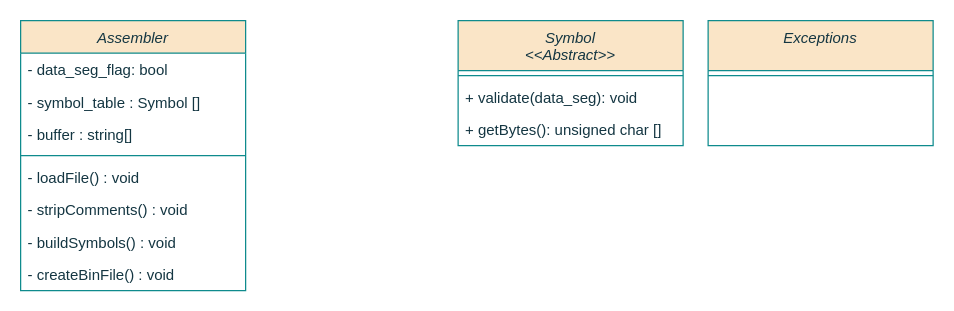
Above: design/drawio/P2/ClassUML.drawio in podefero/VirtualAssembler (draw.io), before the change. Source tidied: cells renumbered, new cells numbered last; positions are measured from the earlier drawing's top-left corner, leaving out a move shared by most shapes. Both pictures are drawn from the tidied source at 125%, with x=0, y=0 at pixel (20, 20).
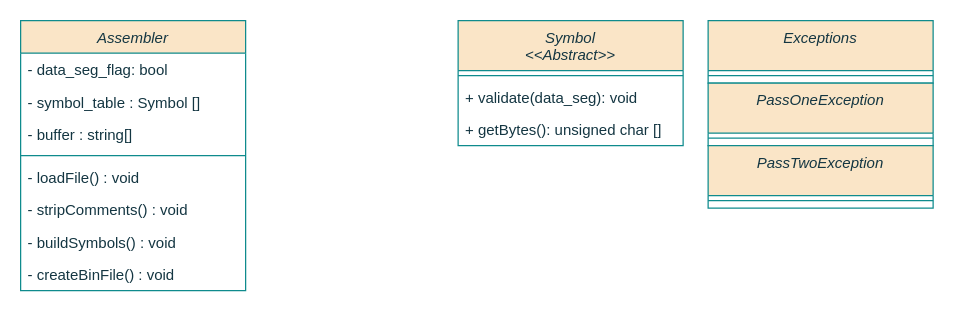
After the change.

What changed in the source:
```diff
@@
     <mxCell id="15" value="Exceptions" style="swimlane;fontStyle=2;align=center;verticalAlign=top;horizontal=1;startSize=40;rounded=0;shadow=0;strokeWidth=1;labelBackgroundColor=none;fillColor=#FAE5C7;strokeColor=#0F8B8D;fontColor=#143642;" parent="1" vertex="1">
-      <mxGeometry x="550" width="180" height="100" as="geometry" />
+      <mxGeometry x="550" width="180" height="50" as="geometry" />
     </mxCell>
@@
+    <mxCell id="17" value="PassOneException" style="swimlane;fontStyle=2;align=center;verticalAlign=top;horizontal=1;startSize=40;rounded=0;shadow=0;strokeWidth=1;labelBackgroundColor=none;fillColor=#FAE5C7;strokeColor=#0F8B8D;fontColor=#143642;" parent="1" vertex="1">
+      <mxGeometry x="550" y="50" width="180" height="50" as="geometry" />
+    </mxCell>
+    <mxCell id="18" style="line;html=1;strokeWidth=1;align=left;verticalAlign=middle;spacingTop=-1;spacingLeft=3;spacingRight=3;labelPosition=right;labelBackgroundColor=none;fillColor=#FAE5C7;strokeColor=#0F8B8D;fontColor=#143642;" parent="17" vertex="1">
+      <mxGeometry y="40" width="180" height="8" as="geometry" />
+    </mxCell>
+    <mxCell id="19" value="PassTwoException" style="swimlane;fontStyle=2;align=center;verticalAlign=top;horizontal=1;startSize=40;rounded=0;shadow=0;strokeWidth=1;labelBackgroundColor=none;fillColor=#FAE5C7;strokeColor=#0F8B8D;fontColor=#143642;" parent="1" vertex="1">
+      <mxGeometry x="550" y="100" width="180" height="50" as="geometry" />
+    </mxCell>
+    <mxCell id="20" style="line;html=1;strokeWidth=1;align=left;verticalAlign=middle;spacingTop=-1;spacingLeft=3;spacingRight=3;labelPosition=right;labelBackgroundColor=none;fillColor=#FAE5C7;strokeColor=#0F8B8D;fontColor=#143642;" parent="19" vertex="1">
+      <mxGeometry y="40" width="180" height="8" as="geometry" />
+    </mxCell>
```
